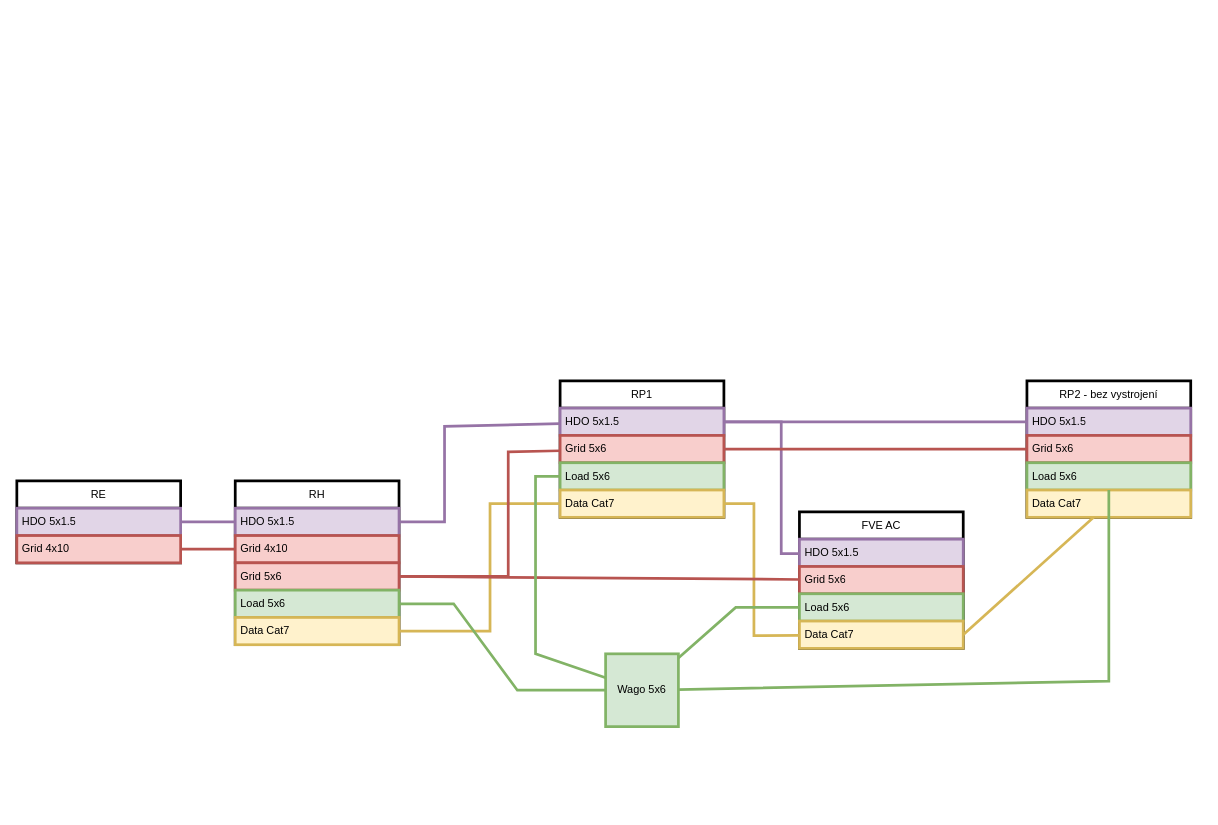
Before: House_Loucka/Rozvadece/SchemaRozvadecu.drawio in oukej1/Home-automation, a draw.io diagram. Source tidied: cells renumbered, new cells numbered last; positions are measured from the earlier drawing's top-left corner, leaving out a move shared by most shapes. Both pictures are drawn from the tidied source at 91%, with x=0, y=0 at pixel (16, 380).
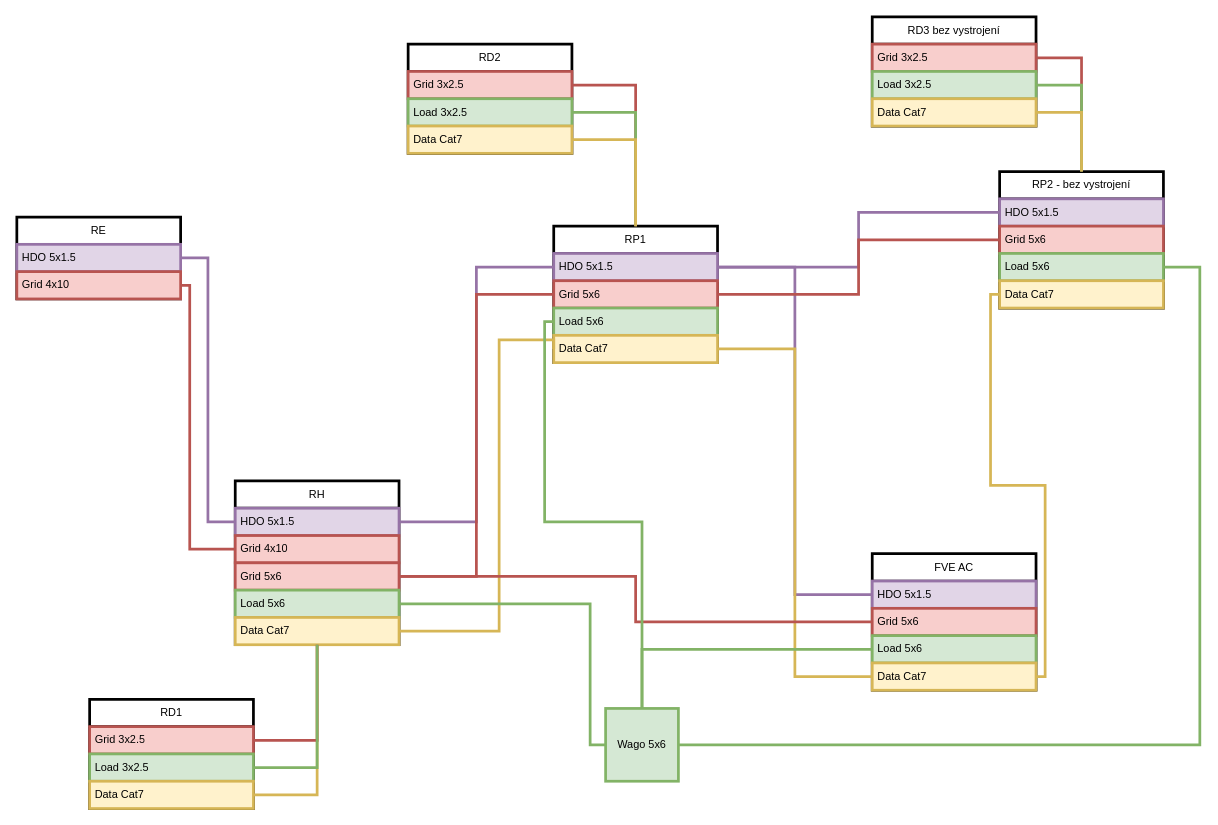
Above is the later version.

Unchanged cells that the change refers to:
```xml
<mxCell id="3" value="HDO 5x1.5" style="text;strokeColor=#9673a6;fillColor=#e1d5e7;align=left;verticalAlign=middle;spacingLeft=4;spacingRight=4;overflow=hidden;points=[[0,0.5],[1,0.5]];portConstraint=eastwest;whiteSpace=wrap;html=1;strokeWidth=3;" parent="2" vertex="1">
  <mxGeometry y="30" width="180" height="30" as="geometry" />
</mxCell>
<mxCell id="4" value="Grid 4x10" style="text;strokeColor=#b85450;fillColor=#f8cecc;align=left;verticalAlign=middle;spacingLeft=4;spacingRight=4;overflow=hidden;points=[[0,0.5],[1,0.5]];portConstraint=eastwest;whiteSpace=wrap;html=1;strokeWidth=3;" parent="2" vertex="1">
  <mxGeometry y="60" width="180" height="30" as="geometry" />
</mxCell>
<mxCell id="5" value="RH" style="swimlane;fontStyle=0;horizontal=1;startSize=30;whiteSpace=wrap;html=1;strokeWidth=3;" parent="1" vertex="1">
  <mxGeometry x="240" y="110" width="180" height="180" as="geometry" />
</mxCell>
<mxCell id="6" value="HDO 5x1.5" style="text;strokeColor=#9673a6;fillColor=#e1d5e7;align=left;verticalAlign=middle;spacingLeft=4;spacingRight=4;overflow=hidden;points=[[0,0.5],[1,0.5]];portConstraint=eastwest;whiteSpace=wrap;html=1;strokeWidth=3;" parent="5" vertex="1">
  <mxGeometry y="30" width="180" height="30" as="geometry" />
</mxCell>
<mxCell id="7" value="Grid 4x10" style="text;strokeColor=#b85450;fillColor=#f8cecc;align=left;verticalAlign=middle;spacingLeft=4;spacingRight=4;overflow=hidden;points=[[0,0.5],[1,0.5]];portConstraint=eastwest;whiteSpace=wrap;html=1;strokeWidth=3;" parent="5" vertex="1">
  <mxGeometry y="60" width="180" height="30" as="geometry" />
</mxCell>
<mxCell id="8" value="Grid 5x6" style="text;strokeColor=#b85450;fillColor=#f8cecc;align=left;verticalAlign=middle;spacingLeft=4;spacingRight=4;overflow=hidden;points=[[0,0.5],[1,0.5]];portConstraint=eastwest;whiteSpace=wrap;html=1;strokeWidth=3;" parent="5" vertex="1">
  <mxGeometry y="90" width="180" height="30" as="geometry" />
</mxCell>
<mxCell id="9" value="Load 5x6" style="text;strokeColor=#82b366;fillColor=#d5e8d4;align=left;verticalAlign=middle;spacingLeft=4;spacingRight=4;overflow=hidden;points=[[0,0.5],[1,0.5]];portConstraint=eastwest;whiteSpace=wrap;html=1;strokeWidth=3;" parent="5" vertex="1">
  <mxGeometry y="120" width="180" height="30" as="geometry" />
</mxCell>
<mxCell id="10" value="Data Cat7" style="text;strokeColor=#d6b656;fillColor=#fff2cc;align=left;verticalAlign=middle;spacingLeft=4;spacingRight=4;overflow=hidden;points=[[0,0.5],[1,0.5]];portConstraint=eastwest;whiteSpace=wrap;html=1;strokeWidth=3;" parent="5" vertex="1">
  <mxGeometry y="150" width="180" height="30" as="geometry" />
</mxCell>
<mxCell id="12" value="HDO 5x1.5" style="text;strokeColor=#9673a6;fillColor=#e1d5e7;align=left;verticalAlign=middle;spacingLeft=4;spacingRight=4;overflow=hidden;points=[[0,0.5],[1,0.5]];portConstraint=eastwest;whiteSpace=wrap;html=1;strokeWidth=3;" parent="11" vertex="1">
  <mxGeometry y="30" width="180" height="30" as="geometry" />
</mxCell>
<mxCell id="13" value="Grid 5x6" style="text;strokeColor=#b85450;fillColor=#f8cecc;align=left;verticalAlign=middle;spacingLeft=4;spacingRight=4;overflow=hidden;points=[[0,0.5],[1,0.5]];portConstraint=eastwest;whiteSpace=wrap;html=1;strokeWidth=3;" parent="11" vertex="1">
  <mxGeometry y="60" width="180" height="30" as="geometry" />
</mxCell>
<mxCell id="14" value="Load 5x6" style="text;strokeColor=#82b366;fillColor=#d5e8d4;align=left;verticalAlign=middle;spacingLeft=4;spacingRight=4;overflow=hidden;points=[[0,0.5],[1,0.5]];portConstraint=eastwest;whiteSpace=wrap;html=1;strokeWidth=3;" parent="11" vertex="1">
  <mxGeometry y="90" width="180" height="30" as="geometry" />
</mxCell>
<mxCell id="15" value="Data Cat7" style="text;strokeColor=#d6b656;fillColor=#fff2cc;align=left;verticalAlign=middle;spacingLeft=4;spacingRight=4;overflow=hidden;points=[[0,0.5],[1,0.5]];portConstraint=eastwest;whiteSpace=wrap;html=1;strokeWidth=3;" parent="11" vertex="1">
  <mxGeometry y="120" width="180" height="30" as="geometry" />
</mxCell>
<mxCell id="17" value="HDO 5x1.5" style="text;strokeColor=#9673a6;fillColor=#e1d5e7;align=left;verticalAlign=middle;spacingLeft=4;spacingRight=4;overflow=hidden;points=[[0,0.5],[1,0.5]];portConstraint=eastwest;whiteSpace=wrap;html=1;strokeWidth=3;" parent="16" vertex="1">
  <mxGeometry y="30" width="180" height="30" as="geometry" />
</mxCell>
<mxCell id="18" value="Grid 5x6" style="text;strokeColor=#b85450;fillColor=#f8cecc;align=left;verticalAlign=middle;spacingLeft=4;spacingRight=4;overflow=hidden;points=[[0,0.5],[1,0.5]];portConstraint=eastwest;whiteSpace=wrap;html=1;strokeWidth=3;" parent="16" vertex="1">
  <mxGeometry y="60" width="180" height="30" as="geometry" />
</mxCell>
<mxCell id="19" value="Load 5x6" style="text;strokeColor=#82b366;fillColor=#d5e8d4;align=left;verticalAlign=middle;spacingLeft=4;spacingRight=4;overflow=hidden;points=[[0,0.5],[1,0.5]];portConstraint=eastwest;whiteSpace=wrap;html=1;strokeWidth=3;" parent="16" vertex="1">
  <mxGeometry y="90" width="180" height="30" as="geometry" />
</mxCell>
<mxCell id="20" value="Data Cat7" style="text;strokeColor=#d6b656;fillColor=#fff2cc;align=left;verticalAlign=middle;spacingLeft=4;spacingRight=4;overflow=hidden;points=[[0,0.5],[1,0.5]];portConstraint=eastwest;whiteSpace=wrap;html=1;strokeWidth=3;" parent="16" vertex="1">
  <mxGeometry y="120" width="180" height="30" as="geometry" />
</mxCell>
<mxCell id="25" value="HDO 5x1.5" style="text;strokeColor=#9673a6;fillColor=#e1d5e7;align=left;verticalAlign=middle;spacingLeft=4;spacingRight=4;overflow=hidden;points=[[0,0.5],[1,0.5]];portConstraint=eastwest;whiteSpace=wrap;html=1;strokeWidth=3;" parent="24" vertex="1">
  <mxGeometry y="30" width="180" height="30" as="geometry" />
</mxCell>
<mxCell id="26" value="Grid 5x6" style="text;strokeColor=#b85450;fillColor=#f8cecc;align=left;verticalAlign=middle;spacingLeft=4;spacingRight=4;overflow=hidden;points=[[0,0.5],[1,0.5]];portConstraint=eastwest;whiteSpace=wrap;html=1;strokeWidth=3;" parent="24" vertex="1">
  <mxGeometry y="60" width="180" height="30" as="geometry" />
</mxCell>
<mxCell id="27" value="Load 5x6" style="text;strokeColor=#82b366;fillColor=#d5e8d4;align=left;verticalAlign=middle;spacingLeft=4;spacingRight=4;overflow=hidden;points=[[0,0.5],[1,0.5]];portConstraint=eastwest;whiteSpace=wrap;html=1;strokeWidth=3;" parent="24" vertex="1">
  <mxGeometry y="90" width="180" height="30" as="geometry" />
</mxCell>
<mxCell id="28" value="Data Cat7" style="text;strokeColor=#d6b656;fillColor=#fff2cc;align=left;verticalAlign=middle;spacingLeft=4;spacingRight=4;overflow=hidden;points=[[0,0.5],[1,0.5]];portConstraint=eastwest;whiteSpace=wrap;html=1;strokeWidth=3;" parent="24" vertex="1">
  <mxGeometry y="120" width="180" height="30" as="geometry" />
</mxCell>
```

Diff of the diagram source:
```diff
@@
     <mxCell id="2" value="RE" style="swimlane;fontStyle=0;horizontal=1;startSize=30;whiteSpace=wrap;html=1;strokeWidth=3;" parent="1" vertex="1">
-      <mxGeometry y="110" width="180" height="90" as="geometry" />
+      <mxGeometry y="-180" width="180" height="90" as="geometry" />
     </mxCell>
@@
     <mxCell id="11" value="RP1" style="swimlane;fontStyle=0;horizontal=1;startSize=30;whiteSpace=wrap;html=1;strokeWidth=3;" parent="1" vertex="1">
-      <mxGeometry x="597" width="180" height="150" as="geometry" />
+      <mxGeometry x="590" y="-170" width="180" height="150" as="geometry" />
     </mxCell>
@@
     <mxCell id="16" value="FVE AC" style="swimlane;fontStyle=0;horizontal=1;startSize=30;whiteSpace=wrap;html=1;strokeWidth=3;" parent="1" vertex="1">
-      <mxGeometry x="860" y="144" width="180" height="150" as="geometry" />
+      <mxGeometry x="940" y="190" width="180" height="150" as="geometry" />
     </mxCell>
@@
-    <mxCell id="21" style="endArrow=none;html=1;rounded=0;fillColor=#e1d5e7;strokeColor=#9673a6;strokeWidth=3;" parent="1" edge="1" source="3" target="6">
+    <mxCell id="21" style="endArrow=none;html=1;rounded=0;fillColor=#e1d5e7;strokeColor=#9673a6;strokeWidth=3;edgeStyle=orthogonalEdgeStyle;" parent="1" edge="1" source="3" target="6">
       <mxGeometry relative="1" as="geometry" />
     </mxCell>
-    <mxCell id="22" style="endArrow=none;html=1;rounded=0;fillColor=#e1d5e7;strokeColor=#9673a6;strokeWidth=3;" parent="1" edge="1" source="6" target="12">
-      <mxGeometry relative="1" as="geometry">
-        <Array as="points">
-          <mxPoint x="470" y="155" />
-          <mxPoint x="470" y="50" />
-        </Array>
-      </mxGeometry>
+    <mxCell id="22" style="endArrow=none;html=1;rounded=0;fillColor=#e1d5e7;strokeColor=#9673a6;strokeWidth=3;edgeStyle=orthogonalEdgeStyle;" parent="1" edge="1" source="6" target="12">
+      <mxGeometry relative="1" as="geometry" />
     </mxCell>
-    <mxCell id="23" style="endArrow=none;html=1;rounded=0;fillColor=#e1d5e7;strokeColor=#9673a6;strokeWidth=3;" parent="1" edge="1" source="12" target="17">
-      <mxGeometry relative="1" as="geometry">
-        <Array as="points">
-          <mxPoint x="840" y="45" />
-          <mxPoint x="840" y="190" />
-        </Array>
-      </mxGeometry>
+    <mxCell id="23" style="endArrow=none;html=1;rounded=0;fillColor=#e1d5e7;strokeColor=#9673a6;strokeWidth=3;edgeStyle=orthogonalEdgeStyle;" parent="1" edge="1" source="12" target="17">
+      <mxGeometry relative="1" as="geometry" />
     </mxCell>
     <mxCell id="24" value="RP2 - bez vystrojení" style="swimlane;fontStyle=0;horizontal=1;startSize=30;whiteSpace=wrap;html=1;strokeWidth=3;" parent="1" vertex="1">
-      <mxGeometry x="1110" width="180" height="150" as="geometry" />
+      <mxGeometry x="1080" y="-230" width="180" height="150" as="geometry" />
     </mxCell>
@@
-    <mxCell id="29" style="endArrow=none;html=1;rounded=0;fillColor=#e1d5e7;strokeColor=#9673a6;exitX=1;exitY=0.5;exitDx=0;exitDy=0;entryX=0;entryY=0.5;entryDx=0;entryDy=0;strokeWidth=3;" parent="1" edge="1" source="12" target="25">
+    <mxCell id="29" style="endArrow=none;html=1;rounded=0;fillColor=#e1d5e7;strokeColor=#9673a6;exitX=1;exitY=0.5;exitDx=0;exitDy=0;entryX=0;entryY=0.5;entryDx=0;entryDy=0;strokeWidth=3;edgeStyle=orthogonalEdgeStyle;" parent="1" edge="1" source="12" target="25">
       <mxGeometry relative="1" as="geometry" />
     </mxCell>
+    <mxCell id="45" value="RD1" style="swimlane;fontStyle=0;horizontal=1;startSize=30;whiteSpace=wrap;html=1;strokeWidth=3;" parent="1" vertex="1">
+      <mxGeometry x="80" y="350" width="180" height="120" as="geometry" />
+    </mxCell>
+    <mxCell id="46" value="Grid 3x2.5" style="text;strokeColor=#b85450;fillColor=#f8cecc;align=left;verticalAlign=middle;spacingLeft=4;spacingRight=4;overflow=hidden;points=[[0,0.5],[1,0.5]];portConstraint=eastwest;whiteSpace=wrap;html=1;strokeWidth=3;" parent="45" vertex="1">
+      <mxGeometry y="30" width="180" height="30" as="geometry" />
+    </mxCell>
+    <mxCell id="47" value="Load 3x2.5" style="text;strokeColor=#82b366;fillColor=#d5e8d4;align=left;verticalAlign=middle;spacingLeft=4;spacingRight=4;overflow=hidden;points=[[0,0.5],[1,0.5]];portConstraint=eastwest;whiteSpace=wrap;html=1;strokeWidth=3;" parent="45" vertex="1">
+      <mxGeometry y="60" width="180" height="30" as="geometry" />
+    </mxCell>
+    <mxCell id="48" value="Data Cat7" style="text;strokeColor=#d6b656;fillColor=#fff2cc;align=left;verticalAlign=middle;spacingLeft=4;spacingRight=4;overflow=hidden;points=[[0,0.5],[1,0.5]];portConstraint=eastwest;whiteSpace=wrap;html=1;strokeWidth=3;" parent="45" vertex="1">
+      <mxGeometry y="90" width="180" height="30" as="geometry" />
+    </mxCell>
+    <mxCell id="49" style="endArrow=none;html=1;rounded=0;fillColor=#fff2cc;strokeColor=#d6b656;strokeWidth=3;edgeStyle=orthogonalEdgeStyle;" parent="1" edge="1" source="48" target="5">
+      <mxGeometry relative="1" as="geometry" />
+    </mxCell>
+    <mxCell id="50" style="endArrow=none;html=1;rounded=0;fillColor=#f8cecc;strokeColor=#b85450;strokeWidth=3;edgeStyle=orthogonalEdgeStyle;" parent="1" edge="1" source="46" target="5">
+      <mxGeometry relative="1" as="geometry" />
+    </mxCell>
+    <mxCell id="51" style="endArrow=none;html=1;rounded=0;fillColor=#d5e8d4;strokeColor=#82b366;strokeWidth=3;edgeStyle=orthogonalEdgeStyle;" parent="1" edge="1" source="5" target="47">
+      <mxGeometry relative="1" as="geometry" />
+    </mxCell>
+    <mxCell id="52" value="RD2" style="swimlane;fontStyle=0;horizontal=1;startSize=30;whiteSpace=wrap;html=1;strokeWidth=3;" parent="1" vertex="1">
+      <mxGeometry x="430" y="-370" width="180" height="120" as="geometry" />
+    </mxCell>
+    <mxCell id="53" value="Grid 3x2.5" style="text;strokeColor=#b85450;fillColor=#f8cecc;align=left;verticalAlign=middle;spacingLeft=4;spacingRight=4;overflow=hidden;points=[[0,0.5],[1,0.5]];portConstraint=eastwest;whiteSpace=wrap;html=1;strokeWidth=3;" parent="52" vertex="1">
+      <mxGeometry y="30" width="180" height="30" as="geometry" />
+    </mxCell>
+    <mxCell id="54" value="Load 3x2.5" style="text;strokeColor=#82b366;fillColor=#d5e8d4;align=left;verticalAlign=middle;spacingLeft=4;spacingRight=4;overflow=hidden;points=[[0,0.5],[1,0.5]];portConstraint=eastwest;whiteSpace=wrap;html=1;strokeWidth=3;" parent="52" vertex="1">
+      <mxGeometry y="60" width="180" height="30" as="geometry" />
+    </mxCell>
+    <mxCell id="55" value="Data Cat7" style="text;strokeColor=#d6b656;fillColor=#fff2cc;align=left;verticalAlign=middle;spacingLeft=4;spacingRight=4;overflow=hidden;points=[[0,0.5],[1,0.5]];portConstraint=eastwest;whiteSpace=wrap;html=1;strokeWidth=3;" parent="52" vertex="1">
+      <mxGeometry y="90" width="180" height="30" as="geometry" />
+    </mxCell>
+    <mxCell id="56" style="endArrow=none;html=1;rounded=0;fillColor=#f8cecc;strokeColor=#b85450;strokeWidth=3;edgeStyle=orthogonalEdgeStyle;" parent="1" edge="1" source="11" target="53">
+      <mxGeometry relative="1" as="geometry" />
+    </mxCell>
+    <mxCell id="57" style="endArrow=none;html=1;rounded=0;fillColor=#d5e8d4;strokeColor=#82b366;strokeWidth=3;edgeStyle=orthogonalEdgeStyle;" parent="1" edge="1" source="54" target="11">
+      <mxGeometry relative="1" as="geometry" />
+    </mxCell>
+    <mxCell id="58" style="endArrow=none;html=1;rounded=0;fillColor=#fff2cc;strokeColor=#d6b656;strokeWidth=3;edgeStyle=orthogonalEdgeStyle;" parent="1" edge="1" source="11" target="55">
+      <mxGeometry relative="1" as="geometry" />
+    </mxCell>
+    <mxCell id="59" value="RD3 bez vystrojení" style="swimlane;fontStyle=0;horizontal=1;startSize=30;whiteSpace=wrap;html=1;strokeWidth=3;" parent="1" vertex="1">
+      <mxGeometry x="940" y="-400" width="180" height="120" as="geometry" />
+    </mxCell>
+    <mxCell id="60" value="Grid 3x2.5" style="text;strokeColor=#b85450;fillColor=#f8cecc;align=left;verticalAlign=middle;spacingLeft=4;spacingRight=4;overflow=hidden;points=[[0,0.5],[1,0.5]];portConstraint=eastwest;whiteSpace=wrap;html=1;strokeWidth=3;" parent="59" vertex="1">
+      <mxGeometry y="30" width="180" height="30" as="geometry" />
+    </mxCell>
+    <mxCell id="61" value="Load 3x2.5" style="text;strokeColor=#82b366;fillColor=#d5e8d4;align=left;verticalAlign=middle;spacingLeft=4;spacingRight=4;overflow=hidden;points=[[0,0.5],[1,0.5]];portConstraint=eastwest;whiteSpace=wrap;html=1;strokeWidth=3;" parent="59" vertex="1">
+      <mxGeometry y="60" width="180" height="30" as="geometry" />
+    </mxCell>
+    <mxCell id="62" value="Data Cat7" style="text;strokeColor=#d6b656;fillColor=#fff2cc;align=left;verticalAlign=middle;spacingLeft=4;spacingRight=4;overflow=hidden;points=[[0,0.5],[1,0.5]];portConstraint=eastwest;whiteSpace=wrap;html=1;strokeWidth=3;" parent="59" vertex="1">
+      <mxGeometry y="90" width="180" height="30" as="geometry" />
+    </mxCell>
+    <mxCell id="63" style="endArrow=none;html=1;rounded=0;fillColor=#f8cecc;strokeColor=#b85450;strokeWidth=3;edgeStyle=orthogonalEdgeStyle;" parent="1" edge="1" source="60" target="24">
+      <mxGeometry relative="1" as="geometry" />
+    </mxCell>
+    <mxCell id="64" style="endArrow=none;html=1;rounded=0;fillColor=#d5e8d4;strokeColor=#82b366;strokeWidth=3;edgeStyle=orthogonalEdgeStyle;" parent="1" edge="1" source="61" target="24">
+      <mxGeometry relative="1" as="geometry" />
+    </mxCell>
+    <mxCell id="65" style="endArrow=none;html=1;rounded=0;fillColor=#fff2cc;strokeColor=#d6b656;strokeWidth=3;edgeStyle=orthogonalEdgeStyle;" parent="1" edge="1" source="24" target="62">
+      <mxGeometry relative="1" as="geometry" />
+    </mxCell>
@@
-    <mxCell id="31" style="endArrow=none;html=1;rounded=0;fillColor=#fff2cc;strokeColor=#d6b656;strokeWidth=3;entryX=0;entryY=0.5;entryDx=0;entryDy=0;" parent="30" edge="1" source="10" target="15">
+    <mxCell id="31" style="endArrow=none;html=1;rounded=0;fillColor=#fff2cc;strokeColor=#d6b656;strokeWidth=3;entryX=0;entryY=0.5;entryDx=0;entryDy=0;edgeStyle=orthogonalEdgeStyle;" parent="30" edge="1" source="10" target="15">
       <mxGeometry relative="1" as="geometry">
         <Array as="points">
-          <mxPoint x="520" y="275" />
-          <mxPoint x="520" y="135" />
+          <mxPoint x="530" y="275" />
+          <mxPoint x="530" y="-45" />
         </Array>
       </mxGeometry>
     </mxCell>
-    <mxCell id="32" style="endArrow=none;html=1;rounded=0;fillColor=#fff2cc;strokeColor=#d6b656;strokeWidth=3;exitX=1;exitY=0.5;exitDx=0;exitDy=0;" parent="30" edge="1" source="15" target="20">
-      <mxGeometry relative="1" as="geometry">
-        <Array as="points">
-          <mxPoint x="810" y="135" />
-          <mxPoint x="810" y="280" />
-        </Array>
-      </mxGeometry>
+    <mxCell id="32" style="endArrow=none;html=1;rounded=0;fillColor=#fff2cc;strokeColor=#d6b656;strokeWidth=3;exitX=1;exitY=0.5;exitDx=0;exitDy=0;edgeStyle=orthogonalEdgeStyle;" parent="30" edge="1" source="15" target="20">
+      <mxGeometry relative="1" as="geometry" />
     </mxCell>
-    <mxCell id="33" style="endArrow=none;html=1;rounded=0;exitX=1;exitY=0.5;exitDx=0;exitDy=0;fillColor=#fff2cc;strokeColor=#d6b656;strokeWidth=3;" parent="30" edge="1" source="20" target="28">
+    <mxCell id="33" style="endArrow=none;html=1;rounded=0;exitX=1;exitY=0.5;exitDx=0;exitDy=0;fillColor=#fff2cc;strokeColor=#d6b656;strokeWidth=3;edgeStyle=orthogonalEdgeStyle;" parent="30" edge="1" source="20" target="28">
       <mxGeometry relative="1" as="geometry" />
     </mxCell>
@@
-    <mxCell id="35" style="endArrow=none;html=1;rounded=0;exitX=1;exitY=0.5;exitDx=0;exitDy=0;fillColor=#f8cecc;strokeColor=#b85450;strokeWidth=3;" parent="34" edge="1" source="8" target="18">
+    <mxCell id="35" style="endArrow=none;html=1;rounded=0;exitX=1;exitY=0.5;exitDx=0;exitDy=0;fillColor=#f8cecc;strokeColor=#b85450;strokeWidth=3;edgeStyle=orthogonalEdgeStyle;" parent="34" edge="1" source="8" target="18">
       <mxGeometry relative="1" as="geometry" />
     </mxCell>
-    <mxCell id="36" style="endArrow=none;html=1;rounded=0;fillColor=#f8cecc;strokeColor=#b85450;strokeWidth=3;" parent="34" edge="1" source="8" target="13">
-      <mxGeometry relative="1" as="geometry">
-        <Array as="points">
-          <mxPoint x="540" y="215" />
-          <mxPoint x="540" y="78" />
-        </Array>
-      </mxGeometry>
+    <mxCell id="36" style="endArrow=none;html=1;rounded=0;fillColor=#f8cecc;strokeColor=#b85450;strokeWidth=3;edgeStyle=orthogonalEdgeStyle;" parent="34" edge="1" source="8" target="13">
+      <mxGeometry relative="1" as="geometry" />
     </mxCell>
-    <mxCell id="37" style="endArrow=none;html=1;rounded=0;fillColor=#f8cecc;strokeColor=#b85450;strokeWidth=3;" parent="34" edge="1" source="13" target="26">
+    <mxCell id="37" style="endArrow=none;html=1;rounded=0;fillColor=#f8cecc;strokeColor=#b85450;strokeWidth=3;edgeStyle=orthogonalEdgeStyle;" parent="34" edge="1" source="13" target="26">
       <mxGeometry relative="1" as="geometry" />
     </mxCell>
-    <mxCell id="38" style="endArrow=none;html=1;rounded=0;fillColor=#f8cecc;strokeColor=#b85450;strokeWidth=3;" parent="34" edge="1" source="4" target="7">
-      <mxGeometry relative="1" as="geometry" />
+    <mxCell id="38" style="endArrow=none;html=1;rounded=0;fillColor=#f8cecc;strokeColor=#b85450;strokeWidth=3;edgeStyle=orthogonalEdgeStyle;" parent="34" edge="1" source="4" target="7">
+      <mxGeometry relative="1" as="geometry">
+        <Array as="points">
+          <mxPoint x="190" y="-105" />
+          <mxPoint x="190" y="185" />
+        </Array>
+      </mxGeometry>
     </mxCell>
@@
-    <mxCell id="40" style="endArrow=none;html=1;rounded=0;fillColor=#d5e8d4;strokeColor=#82b366;strokeWidth=3;" parent="39" edge="1" source="9" target="44">
+    <mxCell id="40" style="endArrow=none;html=1;rounded=0;fillColor=#d5e8d4;strokeColor=#82b366;strokeWidth=3;edgeStyle=orthogonalEdgeStyle;" parent="39" edge="1" source="9" target="44">
       <mxGeometry relative="1" as="geometry">
         <Array as="points">
-          <mxPoint x="480" y="245" />
-          <mxPoint x="550" y="340" />
+          <mxPoint x="630" y="245" />
+          <mxPoint x="630" y="400" />
         </Array>
       </mxGeometry>
     </mxCell>
-    <mxCell id="41" style="endArrow=none;html=1;rounded=0;fillColor=#d5e8d4;strokeColor=#82b366;strokeWidth=3;entryX=0;entryY=0.5;entryDx=0;entryDy=0;" parent="39" edge="1" source="44" target="14">
-      <mxGeometry relative="1" as="geometry">
-        <Array as="points">
-          <mxPoint x="570" y="300" />
-          <mxPoint x="570" y="105" />
-        </Array>
-      </mxGeometry>
+    <mxCell id="41" style="endArrow=none;html=1;rounded=0;fillColor=#d5e8d4;strokeColor=#82b366;strokeWidth=3;entryX=0;entryY=0.5;entryDx=0;entryDy=0;edgeStyle=orthogonalEdgeStyle;" parent="39" edge="1" source="44" target="14">
+      <mxGeometry relative="1" as="geometry" />
     </mxCell>
-    <mxCell id="42" style="endArrow=none;html=1;rounded=0;fillColor=#d5e8d4;strokeColor=#82b366;strokeWidth=3;" parent="39" edge="1" source="44" target="19">
-      <mxGeometry relative="1" as="geometry">
-        <Array as="points">
-          <mxPoint x="790" y="249" />
-        </Array>
-      </mxGeometry>
+    <mxCell id="42" style="endArrow=none;html=1;rounded=0;fillColor=#d5e8d4;strokeColor=#82b366;strokeWidth=3;edgeStyle=orthogonalEdgeStyle;" parent="39" edge="1" source="44" target="19">
+      <mxGeometry relative="1" as="geometry" />
     </mxCell>
-    <mxCell id="43" style="endArrow=none;html=1;rounded=0;fillColor=#d5e8d4;strokeColor=#82b366;strokeWidth=3;" parent="39" edge="1" source="44" target="27">
+    <mxCell id="43" style="endArrow=none;html=1;rounded=0;fillColor=#d5e8d4;strokeColor=#82b366;strokeWidth=3;edgeStyle=orthogonalEdgeStyle;" parent="39" edge="1" source="44" target="27">
       <mxGeometry relative="1" as="geometry">
         <Array as="points">
-          <mxPoint x="1200" y="330" />
+          <mxPoint x="1300" y="400" />
+          <mxPoint x="1300" y="-125" />
         </Array>
       </mxGeometry>
     </mxCell>
     <mxCell id="44" value="Wago 5x6" style="whiteSpace=wrap;html=1;fillColor=#d5e8d4;strokeColor=#82b366;strokeWidth=3;" parent="39" vertex="1">
-      <mxGeometry x="647" y="300" width="80" height="80" as="geometry" />
+      <mxGeometry x="647" y="360" width="80" height="80" as="geometry" />
     </mxCell>
```
